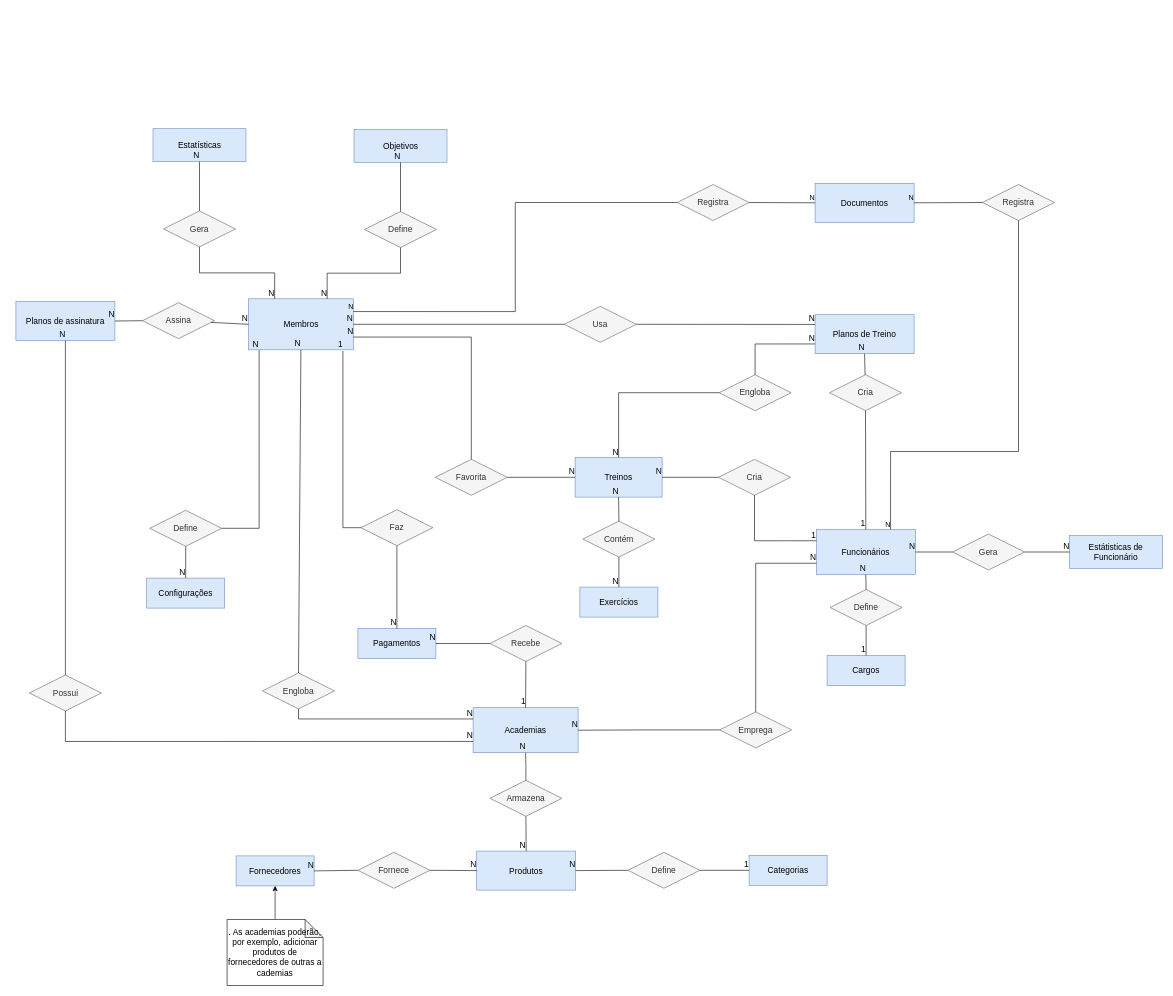
Before: DER/der-draw-io.drawio in trainya-app/diagrams, a draw.io diagram. Source tidied: cells renumbered, new cells numbered last; positions are measured from the earlier drawing's top-left corner, leaving out a move shared by most shapes. Both pictures are drawn from the tidied source at 60%, with x=0, y=0 at pixel (16, 128).
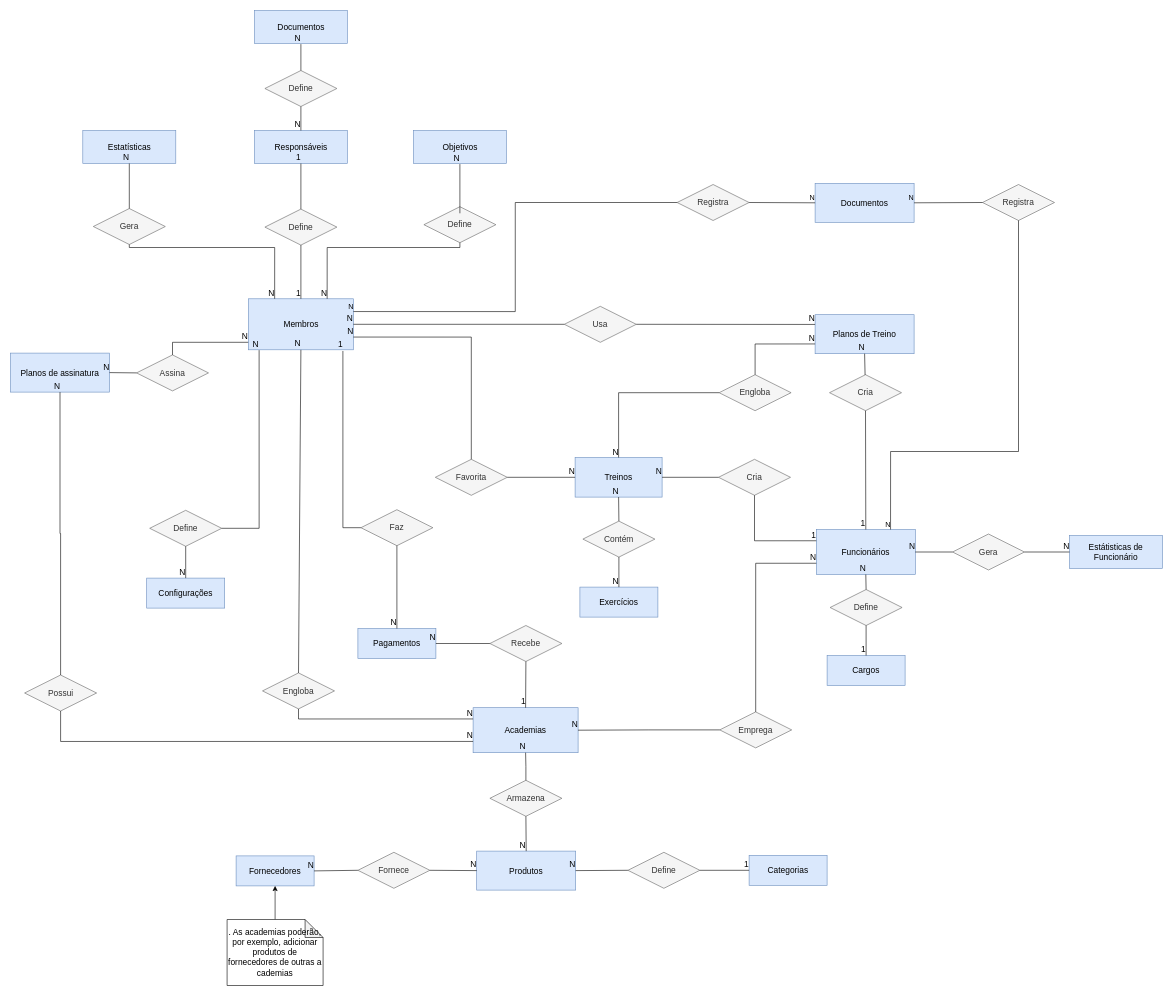
After the change.

Unchanged cells that the change refers to:
```xml
<mxCell id="2" value="Membros" style="whiteSpace=wrap;html=1;align=center;fillColor=#dae8fc;strokeColor=#6c8ebf;fontSize=14;" parent="1" vertex="1">
  <mxGeometry x="387.5" y="283.5" width="175" height="85" as="geometry" />
</mxCell>
```

The edit, as a diff of the source:
```diff
@@
     <mxCell id="7" value="Planos de assinatura" style="whiteSpace=wrap;html=1;align=center;fillColor=#dae8fc;strokeColor=#6c8ebf;fontSize=14;" parent="1" vertex="1">
-      <mxGeometry y="288" width="165" height="65" as="geometry" />
+      <mxGeometry x="-9" y="374" width="165" height="65" as="geometry" />
     </mxCell>
@@
     <mxCell id="16" value="Assina" style="shape=rhombus;perimeter=rhombusPerimeter;whiteSpace=wrap;html=1;align=center;fillColor=#f5f5f5;strokeColor=#666666;fontColor=#333333;fontSize=14;" parent="1" vertex="1">
-      <mxGeometry x="211" y="290" width="120" height="60" as="geometry" />
+      <mxGeometry x="201" y="377" width="120" height="60" as="geometry" />
     </mxCell>
-    <mxCell id="17" style="endArrow=none;html=1;rounded=0;entryX=0;entryY=0.5;entryDx=0;entryDy=0;fontSize=14;" parent="1" edge="1" source="16" target="2">
+    <mxCell id="17" style="endArrow=none;html=1;rounded=0;fontSize=14;exitX=0.5;exitY=0;exitDx=0;exitDy=0;entryX=-0.002;entryY=0.853;entryDx=0;entryDy=0;entryPerimeter=0;edgeStyle=orthogonalEdgeStyle;" parent="1" edge="1" source="16" target="2">
       <mxGeometry relative="1" as="geometry" />
     </mxCell>
@@
     <mxCell id="95" value="Possui" style="shape=rhombus;perimeter=rhombusPerimeter;whiteSpace=wrap;html=1;align=center;fillColor=#f5f5f5;strokeColor=#666666;fontColor=#333333;fontSize=14;" parent="1" vertex="1">
-      <mxGeometry x="22.5" y="910.5" width="120" height="60" as="geometry" />
+      <mxGeometry x="14.5" y="910.5" width="120" height="60" as="geometry" />
     </mxCell>
@@
     <mxCell id="100" value="Objetivos" style="whiteSpace=wrap;html=1;align=center;fillColor=#dae8fc;strokeColor=#6c8ebf;fontSize=14;" parent="1" vertex="1">
-      <mxGeometry x="563.5" y="1" width="155" height="55" as="geometry" />
+      <mxGeometry x="662.5" y="3" width="155" height="55" as="geometry" />
     </mxCell>
     <mxCell id="101" value="Define" style="shape=rhombus;perimeter=rhombusPerimeter;whiteSpace=wrap;html=1;align=center;fillColor=#f5f5f5;strokeColor=#666666;fontColor=#333333;fontSize=14;" parent="1" vertex="1">
-      <mxGeometry x="581" y="138" width="120" height="60" as="geometry" />
+      <mxGeometry x="680" y="130" width="120" height="60" as="geometry" />
     </mxCell>
-    <mxCell id="102" style="endArrow=none;html=1;rounded=0;entryX=0.5;entryY=1;entryDx=0;entryDy=0;fontSize=14;exitX=0.5;exitY=0;exitDx=0;exitDy=0;" parent="1" edge="1" source="101" target="100">
-      <mxGeometry relative="1" as="geometry" />
+    <mxCell id="102" style="endArrow=none;html=1;rounded=0;entryX=0.5;entryY=1;entryDx=0;entryDy=0;fontSize=14;exitX=0.5;exitY=0;exitDx=0;exitDy=0;" parent="1" edge="1">
+      <mxGeometry relative="1" as="geometry">
+        <mxPoint x="740" y="141" as="sourcePoint" />
+        <mxPoint x="740" y="59" as="targetPoint" />
+      </mxGeometry>
     </mxCell>
@@
     <mxCell id="104" style="endArrow=none;html=1;rounded=0;fontSize=14;exitX=0.5;exitY=1;exitDx=0;exitDy=0;edgeStyle=orthogonalEdgeStyle;entryX=0.75;entryY=0;entryDx=0;entryDy=0;" parent="1" edge="1" source="101" target="2">
-      <mxGeometry relative="1" as="geometry" />
+      <mxGeometry relative="1" as="geometry">
+        <Array as="points">
+          <mxPoint x="740" y="198" />
+          <mxPoint x="519" y="198" />
+        </Array>
+      </mxGeometry>
     </mxCell>
@@
     <mxCell id="108" value="Estatísticas" style="whiteSpace=wrap;html=1;align=center;fillColor=#dae8fc;strokeColor=#6c8ebf;fontSize=14;" parent="1" vertex="1">
-      <mxGeometry x="228.5" width="155" height="55" as="geometry" />
+      <mxGeometry x="111.5" y="3" width="155" height="55" as="geometry" />
     </mxCell>
     <mxCell id="109" value="Gera" style="shape=rhombus;perimeter=rhombusPerimeter;whiteSpace=wrap;html=1;align=center;fillColor=#f5f5f5;strokeColor=#666666;fontColor=#333333;fontSize=14;" parent="1" vertex="1">
-      <mxGeometry x="246" y="137" width="120" height="60" as="geometry" />
+      <mxGeometry x="129" y="133" width="120" height="60" as="geometry" />
     </mxCell>
@@
     <mxCell id="112" style="endArrow=none;html=1;rounded=0;fontSize=14;exitX=0.5;exitY=1;exitDx=0;exitDy=0;edgeStyle=orthogonalEdgeStyle;entryX=0.25;entryY=0;entryDx=0;entryDy=0;" parent="1" edge="1" source="109" target="2">
-      <mxGeometry relative="1" as="geometry" />
+      <mxGeometry relative="1" as="geometry">
+        <Array as="points">
+          <mxPoint x="189" y="198" />
+          <mxPoint x="431" y="198" />
+        </Array>
+      </mxGeometry>
     </mxCell>
@@
+    <mxCell id="131" value="Responsáveis" style="whiteSpace=wrap;html=1;align=center;fillColor=#dae8fc;strokeColor=#6c8ebf;fontSize=14;" parent="1" vertex="1">
+      <mxGeometry x="397.5" y="3" width="155" height="55" as="geometry" />
+    </mxCell>
+    <mxCell id="132" value="Define" style="shape=rhombus;perimeter=rhombusPerimeter;whiteSpace=wrap;html=1;align=center;fillColor=#f5f5f5;strokeColor=#666666;fontColor=#333333;fontSize=14;" parent="1" vertex="1">
+      <mxGeometry x="415" y="134" width="120" height="60" as="geometry" />
+    </mxCell>
+    <mxCell id="133" style="endArrow=none;html=1;rounded=0;entryX=0.5;entryY=1;entryDx=0;entryDy=0;fontSize=14;exitX=0.5;exitY=0;exitDx=0;exitDy=0;" parent="1" edge="1" source="132" target="131">
+      <mxGeometry relative="1" as="geometry" />
+    </mxCell>
+    <mxCell id="134" value="1" style="html=1;align=right;verticalAlign=bottom;fontSize=14;" parent="133" vertex="1">
+      <mxGeometry x="1" relative="1" as="geometry" />
+    </mxCell>
+    <mxCell id="135" style="endArrow=none;html=1;rounded=0;entryX=0.5;entryY=0;entryDx=0;entryDy=0;fontSize=14;exitX=0.5;exitY=1;exitDx=0;exitDy=0;" parent="1" edge="1" source="132" target="2">
+      <mxGeometry relative="1" as="geometry" />
+    </mxCell>
+    <mxCell id="136" value="1" style="html=1;align=right;verticalAlign=bottom;fontSize=14;" parent="135" vertex="1">
+      <mxGeometry x="1" relative="1" as="geometry" />
+    </mxCell>
+    <mxCell id="137" value="Documentos" style="whiteSpace=wrap;html=1;align=center;fillColor=#dae8fc;strokeColor=#6c8ebf;fontSize=14;" parent="1" vertex="1">
+      <mxGeometry x="397.5" y="-197" width="155" height="55" as="geometry" />
+    </mxCell>
+    <mxCell id="138" value="Define" style="shape=rhombus;perimeter=rhombusPerimeter;whiteSpace=wrap;html=1;align=center;fillColor=#f5f5f5;strokeColor=#666666;fontColor=#333333;fontSize=14;" parent="1" vertex="1">
+      <mxGeometry x="415" y="-97" width="120" height="60" as="geometry" />
+    </mxCell>
+    <mxCell id="139" style="endArrow=none;html=1;rounded=0;entryX=0.5;entryY=1;entryDx=0;entryDy=0;fontSize=14;exitX=0.5;exitY=0;exitDx=0;exitDy=0;" parent="1" edge="1" source="138">
+      <mxGeometry relative="1" as="geometry">
+        <mxPoint x="475" y="-141" as="targetPoint" />
+      </mxGeometry>
+    </mxCell>
+    <mxCell id="140" value="N" style="html=1;align=right;verticalAlign=bottom;fontSize=14;" parent="139" vertex="1">
+      <mxGeometry x="1" relative="1" as="geometry" />
+    </mxCell>
+    <mxCell id="141" style="endArrow=none;html=1;rounded=0;entryX=0.5;entryY=0;entryDx=0;entryDy=0;fontSize=14;exitX=0.5;exitY=1;exitDx=0;exitDy=0;" parent="1" edge="1" source="138" target="131">
+      <mxGeometry relative="1" as="geometry" />
+    </mxCell>
+    <mxCell id="142" value="N" style="html=1;align=right;verticalAlign=bottom;fontSize=14;" parent="141" vertex="1">
+      <mxGeometry x="1" relative="1" as="geometry" />
+    </mxCell>
```
